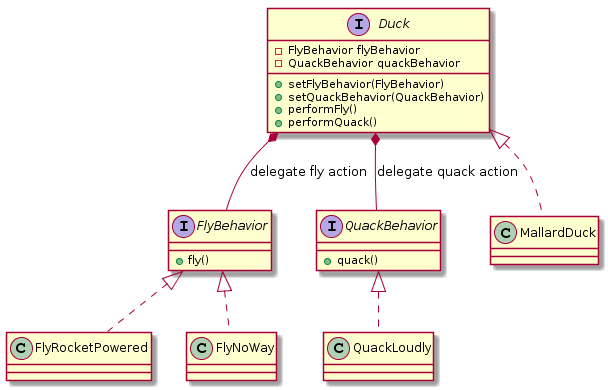
Before: readme_images/c01_StrategyPattern.png, a diagram exported from PlantUML (smileff/HeadFirstDesignPatterns).
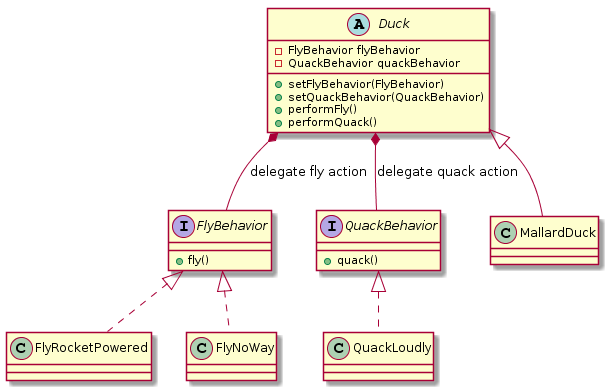
Above is the later version.

Commit message:
* Add the uml image for the observer pattern.

What changed in the source:
```diff
@@ -1,5 +1,5 @@
 @startuml
-interface Duck {
+abstract Duck {
 +setFlyBehavior(FlyBehavior)
 +setQuackBehavior(QuackBehavior)
 +performFly()
@@ -19,7 +19,7 @@
 Duck*--FlyBehavior:delegate fly action
 Duck*--QuackBehavior:delegate quack action
 
-Duck<|..MallardDuck
+Duck<|--MallardDuck
 
 FlyBehavior <|.. FlyRocketPowered
 FlyBehavior <|.. FlyNoWay
```
